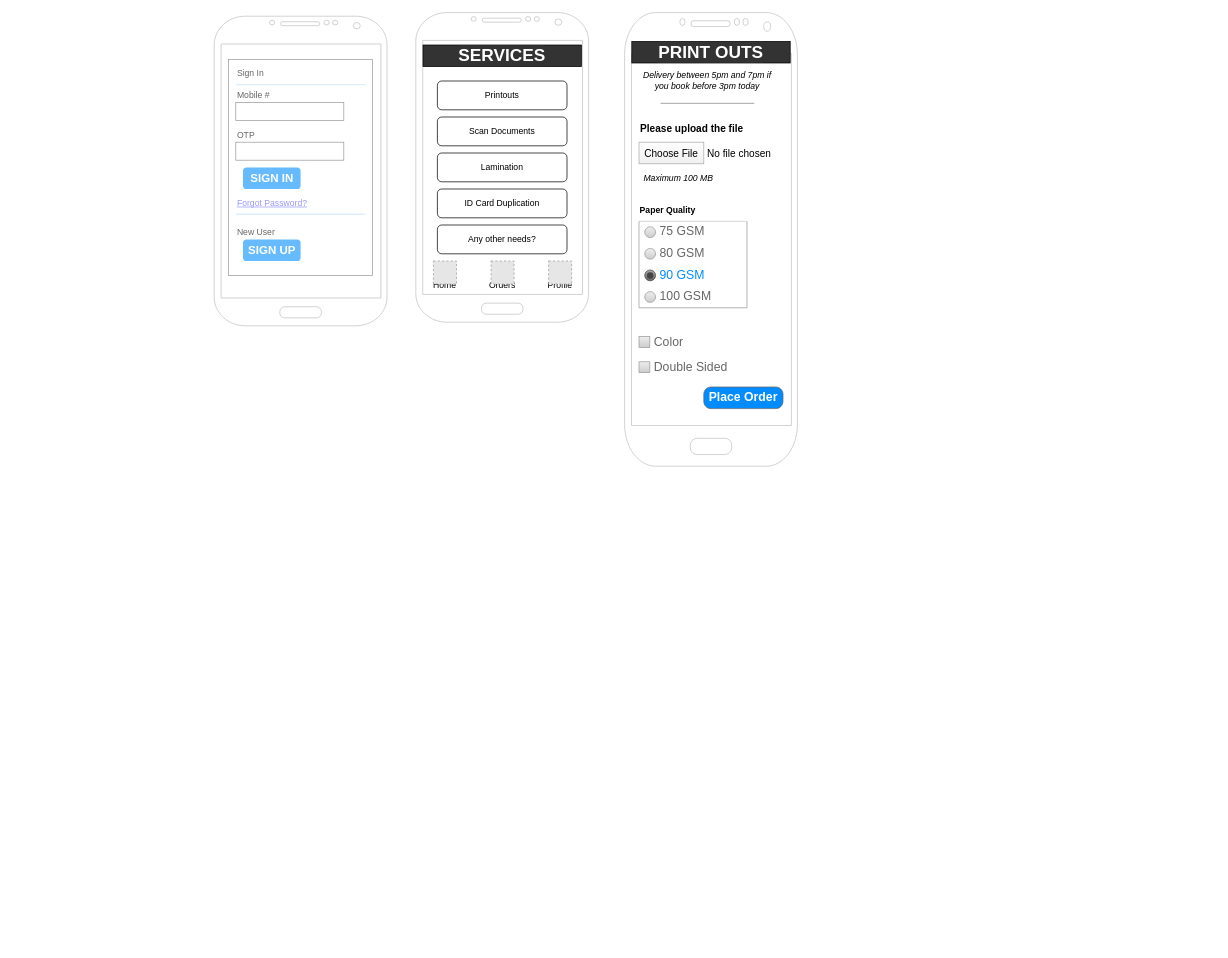
appsparkler/draw.io keeps this draw.io diagram as print-services.drawio. Above is the earlier version. Source tidied: cells renumbered, new cells numbered last; positions are measured from the earlier drawing's top-left corner, leaving out a move shared by most shapes. Both pictures are drawn from the tidied source at 72%, with x=0, y=0 at pixel (214, 12). Pictures stored in the file or linked from it are replaced by grey dashed boxes.
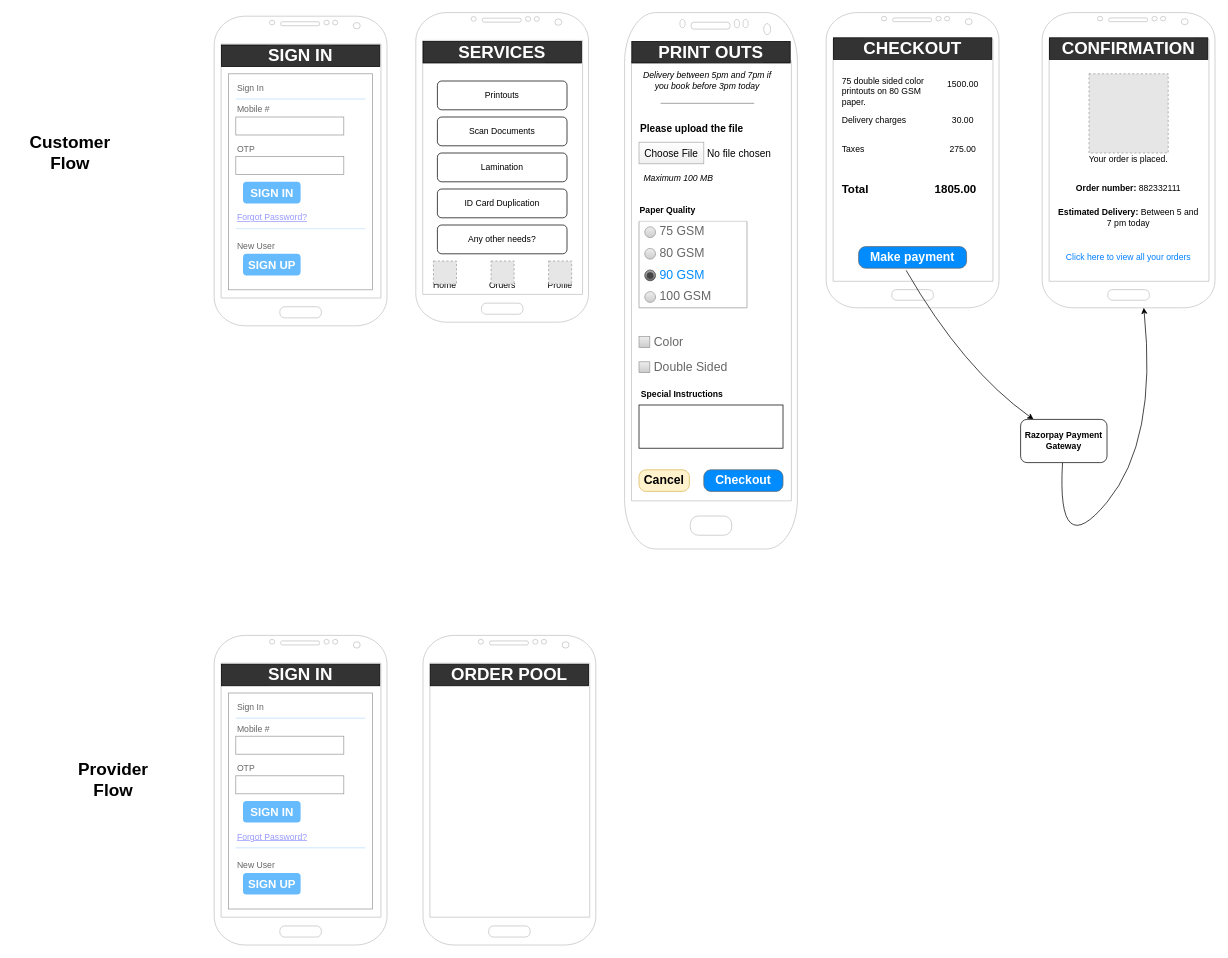
The same diagram, later.

The edit, as a diff of the source:
```diff
@@
     <mxCell id="3" style="strokeWidth=1;shadow=0;dashed=0;align=center;html=1;shape=mxgraph.mockup.forms.rrect;rSize=0;strokeColor=#999999;fillColor=#ffffff;" parent="1" vertex="1">
-      <mxGeometry x="20" y="65" width="200" height="300" as="geometry" />
+      <mxGeometry x="20" y="85" width="200" height="300" as="geometry" />
     </mxCell>
@@
     <mxCell id="24" value="&lt;b&gt;&lt;font style=&quot;font-size: 24px;&quot;&gt;SERVICES&lt;/font&gt;&lt;/b&gt;" style="rounded=0;whiteSpace=wrap;html=1;labelBackgroundColor=#333333;fillColor=#333333;fontColor=#FFFFFF;" parent="1" vertex="1">
-      <mxGeometry x="290" y="45" width="220" height="30" as="geometry" />
+      <mxGeometry x="290" y="40" width="220" height="30" as="geometry" />
     </mxCell>
@@
     <mxCell id="31" style="verticalLabelPosition=bottom;verticalAlign=top;html=1;shadow=0;dashed=0;strokeWidth=1;shape=mxgraph.android.phone2;strokeColor=#c0c0c0;gradientColor=none;fillColor=default;fillColor3=default;" parent="1" vertex="1">
-      <mxGeometry x="570" width="240" height="630" as="geometry" />
+      <mxGeometry x="570" width="240" height="745" as="geometry" />
     </mxCell>
@@
-    <mxCell id="52" value="Place Order" style="strokeWidth=1;shadow=0;dashed=0;align=center;html=1;shape=mxgraph.mockup.buttons.button;strokeColor=#666666;fontColor=#ffffff;mainText=;buttonStyle=round;fontSize=17;fontStyle=1;fillColor=#008cff;whiteSpace=wrap;" parent="1" vertex="1">
-      <mxGeometry x="680" y="520" width="110" height="30" as="geometry" />
+    <mxCell id="52" value="Checkout" style="strokeWidth=1;shadow=0;dashed=0;align=center;html=1;shape=mxgraph.mockup.buttons.button;strokeColor=#666666;fontColor=#ffffff;mainText=;buttonStyle=round;fontSize=17;fontStyle=1;fillColor=#008cff;whiteSpace=wrap;" parent="1" vertex="1">
+      <mxGeometry x="680" y="635" width="110" height="30" as="geometry" />
     </mxCell>
+    <mxCell id="53" value="&lt;b&gt;&lt;font style=&quot;font-size: 24px;&quot;&gt;SIGN IN&lt;/font&gt;&lt;/b&gt;" style="rounded=0;whiteSpace=wrap;html=1;labelBackgroundColor=#333333;fillColor=#333333;fontColor=#FFFFFF;" parent="1" vertex="1">
+      <mxGeometry x="10" y="45" width="220" height="30" as="geometry" />
+    </mxCell>
+    <mxCell id="54" value="Cancel" style="strokeWidth=1;shadow=0;dashed=0;align=center;html=1;shape=mxgraph.mockup.buttons.button;strokeColor=#d6b656;mainText=;buttonStyle=round;fontSize=17;fontStyle=1;fillColor=#fff2cc;whiteSpace=wrap;" parent="1" vertex="1">
+      <mxGeometry x="590" y="635" width="70" height="30" as="geometry" />
+    </mxCell>
+    <mxCell id="55" style="rounded=0;whiteSpace=wrap;html=1;" parent="1" vertex="1">
+      <mxGeometry x="590" y="545" width="200" height="60" as="geometry" />
+    </mxCell>
+    <mxCell id="56" value="Special Instructions" style="text;html=1;whiteSpace=wrap;strokeColor=none;fillColor=none;align=center;verticalAlign=middle;rounded=0;fontStyle=1;" parent="1" vertex="1">
+      <mxGeometry x="590" y="515" width="120" height="30" as="geometry" />
+    </mxCell>
+    <mxCell id="57" style="verticalLabelPosition=bottom;verticalAlign=top;html=1;shadow=0;dashed=0;strokeWidth=1;shape=mxgraph.android.phone2;strokeColor=#c0c0c0;gradientColor=none;fillColor=default;fillColor3=default;" parent="1" vertex="1">
+      <mxGeometry x="850" width="240" height="410" as="geometry" />
+    </mxCell>
+    <mxCell id="58" value="&lt;b&gt;&lt;font style=&quot;font-size: 24px;&quot;&gt;CHECKOUT&lt;/font&gt;&lt;/b&gt;" style="rounded=0;whiteSpace=wrap;html=1;labelBackgroundColor=#333333;fillColor=#333333;fontColor=#FFFFFF;" parent="1" vertex="1">
+      <mxGeometry x="860" y="35" width="220" height="30" as="geometry" />
+    </mxCell>
+    <mxCell id="59" value="75 double sided color printouts on 80 GSM paper." style="text;html=1;whiteSpace=wrap;strokeColor=none;fillColor=none;align=left;verticalAlign=middle;rounded=0;" parent="1" vertex="1">
+      <mxGeometry x="870" y="75" width="130" height="70" as="geometry" />
+    </mxCell>
+    <mxCell id="60" value="1500.00" style="text;html=1;whiteSpace=wrap;strokeColor=none;fillColor=none;align=center;verticalAlign=middle;rounded=0;" parent="1" vertex="1">
+      <mxGeometry x="1010" y="85" width="60" height="30" as="geometry" />
+    </mxCell>
+    <mxCell id="61" value="Delivery charges" style="text;html=1;whiteSpace=wrap;strokeColor=none;fillColor=none;align=left;verticalAlign=middle;rounded=0;" parent="1" vertex="1">
+      <mxGeometry x="870" y="135" width="100" height="30" as="geometry" />
+    </mxCell>
+    <mxCell id="62" value="Taxes" style="text;html=1;whiteSpace=wrap;strokeColor=none;fillColor=none;align=left;verticalAlign=middle;rounded=0;" parent="1" vertex="1">
+      <mxGeometry x="870" y="175" width="130" height="30" as="geometry" />
+    </mxCell>
+    <mxCell id="63" value="275.00" style="text;html=1;whiteSpace=wrap;strokeColor=none;fillColor=none;align=center;verticalAlign=middle;rounded=0;" parent="1" vertex="1">
+      <mxGeometry x="1010" y="175" width="60" height="30" as="geometry" />
+    </mxCell>
+    <mxCell id="64" value="30.00" style="text;html=1;whiteSpace=wrap;strokeColor=none;fillColor=none;align=center;verticalAlign=middle;rounded=0;" parent="1" vertex="1">
+      <mxGeometry x="1010" y="135" width="60" height="30" as="geometry" />
+    </mxCell>
+    <mxCell id="65" value="Total" style="text;html=1;whiteSpace=wrap;strokeColor=none;fillColor=none;align=left;verticalAlign=middle;rounded=0;fontStyle=1;fontSize=16;" parent="1" vertex="1">
+      <mxGeometry x="870" y="230" width="80" height="30" as="geometry" />
+    </mxCell>
+    <mxCell id="66" value="1805.00" style="text;html=1;whiteSpace=wrap;strokeColor=none;fillColor=none;align=center;verticalAlign=middle;rounded=0;fontStyle=1;fontSize=16;" parent="1" vertex="1">
+      <mxGeometry x="1000" y="230" width="60" height="30" as="geometry" />
+    </mxCell>
+    <mxCell id="67" value="Make payment" style="strokeWidth=1;shadow=0;dashed=0;align=center;html=1;shape=mxgraph.mockup.buttons.button;strokeColor=#666666;fontColor=#ffffff;mainText=;buttonStyle=round;fontSize=17;fontStyle=1;fillColor=#008cff;whiteSpace=wrap;" parent="1" vertex="1">
+      <mxGeometry x="895" y="325" width="150" height="30" as="geometry" />
+    </mxCell>
+    <mxCell id="68" style="verticalLabelPosition=bottom;verticalAlign=top;html=1;shadow=0;dashed=0;strokeWidth=1;shape=mxgraph.android.phone2;strokeColor=#c0c0c0;gradientColor=none;fillColor=default;fillColor3=default;" parent="1" vertex="1">
+      <mxGeometry x="1150" width="240" height="410" as="geometry" />
+    </mxCell>
+    <mxCell id="69" value="&lt;b&gt;&lt;font style=&quot;font-size: 24px;&quot;&gt;CONFIRMATION&lt;/font&gt;&lt;/b&gt;" style="rounded=0;whiteSpace=wrap;html=1;labelBackgroundColor=#333333;fillColor=#333333;fontColor=#FFFFFF;" parent="1" vertex="1">
+      <mxGeometry x="1160" y="35" width="220" height="30" as="geometry" />
+    </mxCell>
+    <mxCell id="70" style="fillColor=#E6E6E6;strokeColor=#999999;dashed=1;verticalLabelPosition=bottom;labelBackgroundColor=default;verticalAlign=top;" parent="1" vertex="1">
+      <mxGeometry x="1215" y="85" width="110" height="110" as="geometry" />
+    </mxCell>
+    <mxCell id="71" value="Your order is placed.&lt;div&gt;&lt;br&gt;&lt;/div&gt;" style="text;html=1;whiteSpace=wrap;strokeColor=none;fillColor=none;align=center;verticalAlign=top;rounded=0;" parent="1" vertex="1">
+      <mxGeometry x="1170" y="190" width="200" height="25" as="geometry" />
+    </mxCell>
+    <mxCell id="72" value="&lt;b&gt;Order number:&lt;/b&gt; 882332111" style="text;html=1;whiteSpace=wrap;strokeColor=none;fillColor=none;align=center;verticalAlign=top;rounded=0;" parent="1" vertex="1">
+      <mxGeometry x="1170" y="230" width="200" height="25" as="geometry" />
+    </mxCell>
+    <mxCell id="73" value="Click here to view all your orders" style="text;html=1;whiteSpace=wrap;strokeColor=none;fillColor=none;align=center;verticalAlign=middle;rounded=0;fontColor=#007FFF;" parent="1" vertex="1">
+      <mxGeometry x="1175" y="325" width="190" height="30" as="geometry" />
+    </mxCell>
+    <mxCell id="74" style="verticalLabelPosition=bottom;verticalAlign=top;html=1;shadow=0;dashed=0;strokeWidth=1;shape=mxgraph.android.phone2;strokeColor=#c0c0c0;gradientColor=none;fillColor=default;fillColor3=default;" parent="1" vertex="1">
+      <mxGeometry y="865" width="240" height="430" as="geometry" />
+    </mxCell>
+    <mxCell id="75" style="strokeWidth=1;shadow=0;dashed=0;align=center;html=1;shape=mxgraph.mockup.forms.rrect;rSize=0;strokeColor=#999999;fillColor=#ffffff;" parent="1" vertex="1">
+      <mxGeometry x="20" y="945" width="200" height="300" as="geometry" />
+    </mxCell>
+    <mxCell id="76" value="Sign In" style="strokeWidth=1;shadow=0;dashed=0;align=center;html=1;shape=mxgraph.mockup.forms.anchor;fontSize=12;fontColor=#666666;align=left;spacingLeft=0;" parent="75" vertex="1">
+      <mxGeometry width="100" height="20" relative="1" as="geometry">
+        <mxPoint x="10" y="10" as="offset" />
+      </mxGeometry>
+    </mxCell>
+    <mxCell id="77" style="shape=line;strokeColor=#ddeeff;strokeWidth=2;html=1;" parent="75" vertex="1">
+      <mxGeometry width="180" height="10" relative="1" as="geometry">
+        <mxPoint x="10" y="30" as="offset" />
+      </mxGeometry>
+    </mxCell>
+    <mxCell id="78" value="Mobile #" style="strokeWidth=1;shadow=0;dashed=0;align=center;html=1;shape=mxgraph.mockup.forms.anchor;fontSize=12;fontColor=#666666;align=left;spacingLeft=0;" parent="75" vertex="1">
+      <mxGeometry width="100" height="20" relative="1" as="geometry">
+        <mxPoint x="10" y="40" as="offset" />
+      </mxGeometry>
+    </mxCell>
+    <mxCell id="79" style="strokeWidth=1;shadow=0;dashed=0;align=center;html=1;shape=mxgraph.mockup.forms.rrect;rSize=0;strokeColor=#999999;fontColor=#666666;align=left;spacingLeft=5;" parent="75" vertex="1">
+      <mxGeometry width="150" height="25" relative="1" as="geometry">
+        <mxPoint x="10" y="60" as="offset" />
+      </mxGeometry>
+    </mxCell>
+    <mxCell id="80" value="OTP" style="strokeWidth=1;shadow=0;dashed=0;align=center;html=1;shape=mxgraph.mockup.forms.anchor;fontSize=12;fontColor=#666666;align=left;spacingLeft=0;" parent="75" vertex="1">
+      <mxGeometry width="100" height="20" relative="1" as="geometry">
+        <mxPoint x="10" y="95" as="offset" />
+      </mxGeometry>
+    </mxCell>
+    <mxCell id="81" style="strokeWidth=1;shadow=0;dashed=0;align=center;html=1;shape=mxgraph.mockup.forms.rrect;rSize=0;strokeColor=#999999;fontColor=#666666;align=left;spacingLeft=5;" parent="75" vertex="1">
+      <mxGeometry width="150" height="25" relative="1" as="geometry">
+        <mxPoint x="10" y="115" as="offset" />
+      </mxGeometry>
+    </mxCell>
+    <mxCell id="82" value="SIGN IN" style="strokeWidth=1;shadow=0;dashed=0;align=center;html=1;shape=mxgraph.mockup.forms.rrect;rSize=5;strokeColor=none;fontColor=#ffffff;fillColor=#66bbff;fontSize=16;fontStyle=1;" parent="75" vertex="1">
+      <mxGeometry y="1" width="80" height="30" relative="1" as="geometry">
+        <mxPoint x="20" y="-150" as="offset" />
+      </mxGeometry>
+    </mxCell>
+    <mxCell id="83" value="Forgot Password?" style="strokeWidth=1;shadow=0;dashed=0;align=center;html=1;shape=mxgraph.mockup.forms.anchor;fontSize=12;fontColor=#9999ff;align=left;spacingLeft=0;fontStyle=4;" parent="75" vertex="1">
+      <mxGeometry y="1" width="150" height="20" relative="1" as="geometry">
+        <mxPoint x="10" y="-110" as="offset" />
+      </mxGeometry>
+    </mxCell>
+    <mxCell id="84" style="shape=line;strokeColor=#ddeeff;strokeWidth=2;html=1;" parent="75" vertex="1">
+      <mxGeometry y="1" width="180" height="10" relative="1" as="geometry">
+        <mxPoint x="10" y="-90" as="offset" />
+      </mxGeometry>
+    </mxCell>
+    <mxCell id="85" value="New User" style="strokeWidth=1;shadow=0;dashed=0;align=center;html=1;shape=mxgraph.mockup.forms.anchor;fontSize=12;fontColor=#666666;align=left;spacingLeft=0;" parent="75" vertex="1">
+      <mxGeometry y="1" width="150" height="20" relative="1" as="geometry">
+        <mxPoint x="10" y="-70" as="offset" />
+      </mxGeometry>
+    </mxCell>
+    <mxCell id="86" value="SIGN UP" style="strokeWidth=1;shadow=0;dashed=0;align=center;html=1;shape=mxgraph.mockup.forms.rrect;rSize=5;strokeColor=none;fontColor=#ffffff;fillColor=#66bbff;fontSize=16;fontStyle=1;" parent="75" vertex="1">
+      <mxGeometry y="1" width="80" height="30" relative="1" as="geometry">
+        <mxPoint x="20" y="-50" as="offset" />
+      </mxGeometry>
+    </mxCell>
+    <mxCell id="87" value="&lt;b&gt;&lt;font style=&quot;font-size: 24px;&quot;&gt;SIGN IN&lt;/font&gt;&lt;/b&gt;" style="rounded=0;whiteSpace=wrap;html=1;labelBackgroundColor=#333333;fillColor=#333333;fontColor=#FFFFFF;" parent="1" vertex="1">
+      <mxGeometry x="10" y="905" width="220" height="30" as="geometry" />
+    </mxCell>
+    <mxCell id="88" value="Customer Flow" style="text;html=1;whiteSpace=wrap;strokeColor=none;fillColor=none;align=center;verticalAlign=middle;rounded=0;fontSize=24;fontStyle=1;" parent="1" vertex="1">
+      <mxGeometry x="-280" y="125" width="160" height="140" as="geometry" />
+    </mxCell>
+    <mxCell id="89" value="Provider&lt;br&gt;Flow" style="text;html=1;whiteSpace=wrap;strokeColor=none;fillColor=none;align=center;verticalAlign=middle;rounded=0;fontSize=24;fontStyle=1;" parent="1" vertex="1">
+      <mxGeometry x="-220" y="995" width="160" height="140" as="geometry" />
+    </mxCell>
+    <mxCell id="90" style="verticalLabelPosition=bottom;verticalAlign=top;html=1;shadow=0;dashed=0;strokeWidth=1;shape=mxgraph.android.phone2;strokeColor=#c0c0c0;gradientColor=none;fillColor=default;fillColor3=default;" parent="1" vertex="1">
+      <mxGeometry x="290" y="865" width="240" height="430" as="geometry" />
+    </mxCell>
+    <mxCell id="91" value="&lt;b&gt;&lt;font style=&quot;font-size: 24px;&quot;&gt;ORDER POOL&lt;/font&gt;&lt;/b&gt;" style="rounded=0;whiteSpace=wrap;html=1;labelBackgroundColor=#333333;fillColor=#333333;fontColor=#FFFFFF;" parent="1" vertex="1">
+      <mxGeometry x="300" y="905" width="220" height="30" as="geometry" />
+    </mxCell>
+    <mxCell id="92" style="endArrow=classic;html=1;rounded=0;curved=1;" parent="1" edge="1" source="94" target="68">
+      <mxGeometry relative="1" as="geometry">
+        <Array as="points">
+          <mxPoint x="1170" y="765" />
+          <mxPoint x="1310" y="595" />
+        </Array>
+      </mxGeometry>
+    </mxCell>
+    <mxCell id="93" style="endArrow=classic;html=1;rounded=0;curved=1;" parent="1" edge="1" target="94">
+      <mxGeometry relative="1" as="geometry">
+        <mxPoint x="961" y="358" as="sourcePoint" />
+        <Array as="points">
+          <mxPoint x="1040" y="495" />
+        </Array>
+      </mxGeometry>
+    </mxCell>
+    <mxCell id="94" value="Razorpay Payment Gateway" style="rounded=1;whiteSpace=wrap;html=1;fontStyle=1;" parent="1" vertex="1">
+      <mxGeometry x="1120" y="565" width="120" height="60" as="geometry" />
+    </mxCell>
+    <mxCell id="95" value="&lt;b&gt;Estimated Delivery:&lt;/b&gt; Between 5 and 7 pm today" style="text;html=1;whiteSpace=wrap;strokeColor=none;fillColor=none;align=center;verticalAlign=middle;rounded=0;" parent="1" vertex="1">
+      <mxGeometry x="1170" y="270" width="200" height="30" as="geometry" />
+    </mxCell>
```
